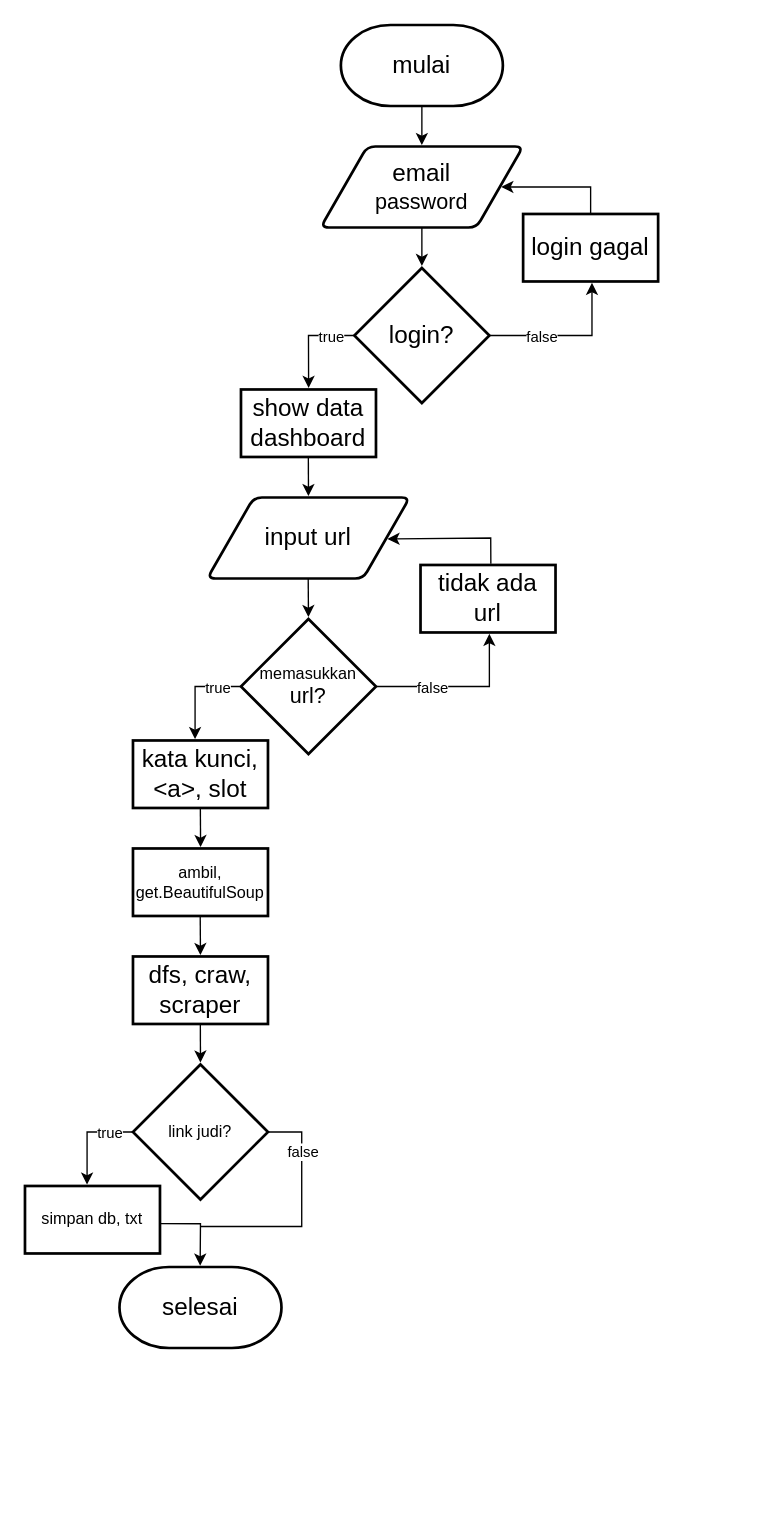
Above: page "Halaman-5" (5 of 6) of Diagram Tanpa Judul.drawio in CyberFullStackDeveloperArr/coba (draw.io), before the change. Source tidied: cells renumbered, new cells numbered last; positions are measured from the earlier drawing's top-left corner, leaving out a move shared by most shapes. Both pictures are drawn from the tidied source at 135%, with x=0, y=0 at pixel (24, 24).
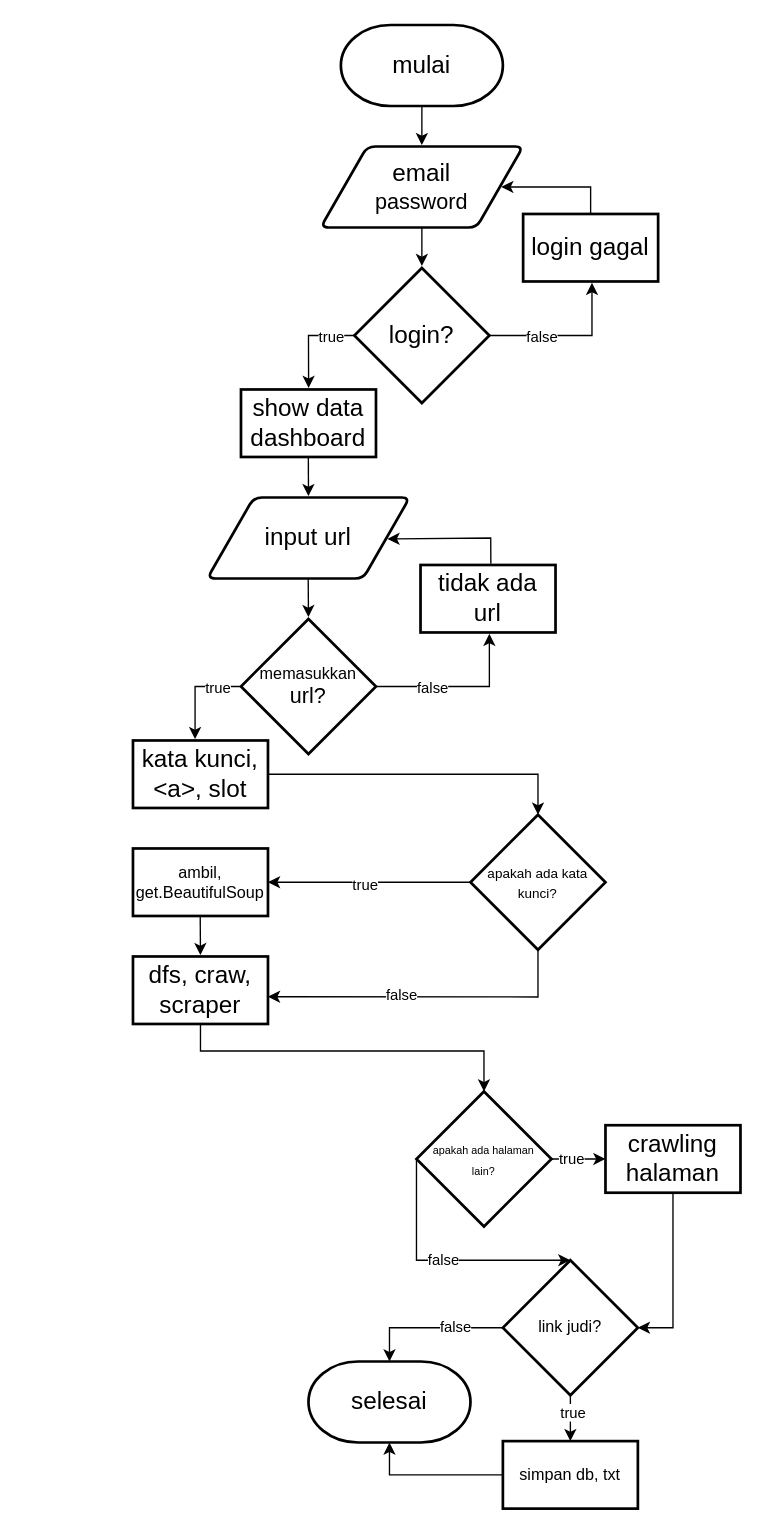
After the change.

Unchanged cells that the change refers to:
```xml
<mxCell id="24" value="&lt;span style=&quot;font-size: 18px;&quot;&gt;kata kunci, &amp;lt;a&amp;gt;, slot&lt;/span&gt;" style="rounded=0;whiteSpace=wrap;html=1;absoluteArcSize=1;arcSize=14;strokeWidth=2;" parent="1" vertex="1">
  <mxGeometry x="80" y="530" width="100" height="50" as="geometry" />
</mxCell>
<mxCell id="26" value="&lt;span style=&quot;font-size: 18px;&quot;&gt;dfs, craw, scraper&lt;/span&gt;" style="rounded=0;whiteSpace=wrap;html=1;absoluteArcSize=1;arcSize=14;strokeWidth=2;" parent="1" vertex="1">
  <mxGeometry x="80" y="690" width="100" height="50" as="geometry" />
</mxCell>
<mxCell id="28" value="&lt;font style=&quot;font-size: 12px;&quot;&gt;ambil, get.BeautifulSoup&lt;/font&gt;" style="rounded=0;whiteSpace=wrap;html=1;absoluteArcSize=1;arcSize=14;strokeWidth=2;" parent="1" vertex="1">
  <mxGeometry x="80" y="610" width="100" height="50" as="geometry" />
</mxCell>
```

The edit, as a diff of the source:
```diff
@@
-    <mxCell id="25" style="endArrow=classic;html=1;rounded=0;exitX=0.5;exitY=1;exitDx=0;exitDy=0;exitPerimeter=0;entryX=0.5;entryY=-0.014;entryDx=0;entryDy=0;entryPerimeter=0;" parent="1" edge="1">
-      <mxGeometry relative="1" as="geometry">
-        <mxPoint x="129.9" y="580" as="sourcePoint" />
-        <mxPoint x="130.1" y="609" as="targetPoint" />
-      </mxGeometry>
-    </mxCell>
@@
-    <mxCell id="29" style="endArrow=classic;html=1;rounded=0;exitX=0.5;exitY=1;exitDx=0;exitDy=0;exitPerimeter=0;entryX=0.5;entryY=-0.014;entryDx=0;entryDy=0;entryPerimeter=0;" parent="1" edge="1" target="30">
-      <mxGeometry relative="1" as="geometry">
-        <mxPoint x="129.9" y="740" as="sourcePoint" />
-      </mxGeometry>
-    </mxCell>
     <mxCell id="30" value="link judi?" style="strokeWidth=2;html=1;shape=mxgraph.flowchart.decision;whiteSpace=wrap;" parent="1" vertex="1">
-      <mxGeometry x="80" y="770" width="100" height="100" as="geometry" />
+      <mxGeometry x="354" y="915" width="100" height="100" as="geometry" />
     </mxCell>
-    <mxCell id="31" style="endArrow=classic;html=1;rounded=0;exitX=0;exitY=0.5;exitDx=0;exitDy=0;exitPerimeter=0;entryX=0.501;entryY=-0.021;entryDx=0;entryDy=0;entryPerimeter=0;" parent="1" edge="1">
-      <mxGeometry relative="1" as="geometry">
-        <mxPoint x="80" y="820" as="sourcePoint" />
-        <mxPoint x="46" y="859" as="targetPoint" />
-        <Array as="points">
-          <mxPoint x="46" y="820" />
-        </Array>
-      </mxGeometry>
-    </mxCell>
-    <mxCell id="32" value="true" style="edgeLabel;html=1;align=center;verticalAlign=middle;" parent="31" vertex="1">
-      <mxGeometry x="-0.51" relative="1" as="geometry" />
-    </mxCell>
     <mxCell id="33" value="simpan db, txt" style="rounded=0;whiteSpace=wrap;html=1;absoluteArcSize=1;arcSize=14;strokeWidth=2;" parent="1" vertex="1">
-      <mxGeometry y="860" width="100" height="50" as="geometry" />
+      <mxGeometry x="354" y="1049" width="100" height="50" as="geometry" />
     </mxCell>
     <mxCell id="34" value="&lt;span style=&quot;font-size: 18px;&quot;&gt;selesai&lt;/span&gt;" style="strokeWidth=2;html=1;shape=mxgraph.flowchart.terminator;whiteSpace=wrap;" parent="1" vertex="1">
-      <mxGeometry x="70" y="920" width="120" height="60" as="geometry" />
+      <mxGeometry x="210" y="990" width="120" height="60" as="geometry" />
     </mxCell>
+    <mxCell id="38" style="endArrow=classic;html=1;rounded=0;exitX=1;exitY=0.5;exitDx=0;exitDy=0;entryX=0.5;entryY=0;entryDx=0;entryDy=0;entryPerimeter=0;" parent="1" edge="1" source="24" target="39">
+      <mxGeometry relative="1" as="geometry">
+        <Array as="points">
+          <mxPoint x="380" y="555" />
+        </Array>
+      </mxGeometry>
+    </mxCell>
+    <mxCell id="39" value="&lt;font style=&quot;font-size: 10px;&quot;&gt;apakah ada kata kunci?&lt;/font&gt;" style="strokeWidth=2;html=1;shape=mxgraph.flowchart.decision;whiteSpace=wrap;" parent="1" vertex="1">
+      <mxGeometry x="330" y="585" width="100" height="100" as="geometry" />
+    </mxCell>
+    <mxCell id="40" style="endArrow=classic;html=1;rounded=0;exitX=0;exitY=0.5;exitDx=0;exitDy=0;exitPerimeter=0;entryX=1;entryY=0.5;entryDx=0;entryDy=0;" parent="1" edge="1" source="39" target="28">
+      <mxGeometry relative="1" as="geometry" />
+    </mxCell>
+    <mxCell id="41" value="true" style="edgeLabel;html=1;align=center;verticalAlign=middle;" parent="40" vertex="1">
+      <mxGeometry x="0.05" y="1" relative="1" as="geometry" />
+    </mxCell>
+    <mxCell id="42" style="endArrow=classic;html=1;rounded=0;exitX=0.5;exitY=1;exitDx=0;exitDy=0;exitPerimeter=0;entryX=1;entryY=0.596;entryDx=0;entryDy=0;entryPerimeter=0;" parent="1" edge="1" source="39" target="26">
+      <mxGeometry relative="1" as="geometry">
+        <Array as="points">
+          <mxPoint x="380" y="720" />
+        </Array>
+      </mxGeometry>
+    </mxCell>
+    <mxCell id="43" value="false" style="edgeLabel;html=1;align=center;verticalAlign=middle;" parent="42" vertex="1">
+      <mxGeometry x="0.17" y="-1" relative="1" as="geometry" />
+    </mxCell>
+    <mxCell id="44" style="endArrow=classic;html=1;rounded=0;exitX=0.5;exitY=1;exitDx=0;exitDy=0;entryX=0.5;entryY=0;entryDx=0;entryDy=0;entryPerimeter=0;" parent="1" edge="1" source="26" target="45">
+      <mxGeometry relative="1" as="geometry">
+        <Array as="points">
+          <mxPoint x="130" y="760" />
+          <mxPoint x="340" y="760" />
+        </Array>
+      </mxGeometry>
+    </mxCell>
+    <mxCell id="45" value="&lt;font style=&quot;font-size: 8px;&quot;&gt;apakah ada halaman&lt;br&gt;lain?&lt;/font&gt;" style="strokeWidth=2;html=1;shape=mxgraph.flowchart.decision;whiteSpace=wrap;" parent="1" vertex="1">
+      <mxGeometry x="290" y="790" width="100" height="100" as="geometry" />
+    </mxCell>
+    <mxCell id="46" style="endArrow=classic;html=1;rounded=0;exitX=1;exitY=0.5;exitDx=0;exitDy=0;exitPerimeter=0;entryX=0;entryY=0.5;entryDx=0;entryDy=0;" parent="1" edge="1" source="45" target="48">
+      <mxGeometry relative="1" as="geometry" />
+    </mxCell>
+    <mxCell id="47" value="true" style="edgeLabel;html=1;align=center;verticalAlign=middle;" parent="46" vertex="1">
+      <mxGeometry x="-0.28" y="1" relative="1" as="geometry" />
+    </mxCell>
+    <mxCell id="48" value="&lt;span style=&quot;font-size: 18px;&quot;&gt;crawling halaman&lt;/span&gt;" style="rounded=0;whiteSpace=wrap;html=1;absoluteArcSize=1;arcSize=14;strokeWidth=2;" parent="1" vertex="1">
+      <mxGeometry x="430" y="815" width="100" height="50" as="geometry" />
+    </mxCell>
+    <mxCell id="49" style="endArrow=classic;html=1;rounded=0;exitX=0;exitY=0.5;exitDx=0;exitDy=0;exitPerimeter=0;entryX=0.5;entryY=0;entryDx=0;entryDy=0;entryPerimeter=0;" parent="1" edge="1" source="45" target="30">
+      <mxGeometry relative="1" as="geometry">
+        <Array as="points">
+          <mxPoint x="290" y="915" />
+        </Array>
+      </mxGeometry>
+    </mxCell>
+    <mxCell id="50" value="false" style="edgeLabel;html=1;align=center;verticalAlign=middle;" parent="49" vertex="1">
+      <mxGeometry x="-0.01" y="1" relative="1" as="geometry" />
+    </mxCell>
+    <mxCell id="51" style="endArrow=classic;html=1;rounded=0;exitX=0.5;exitY=1;exitDx=0;exitDy=0;entryX=1;entryY=0.5;entryDx=0;entryDy=0;entryPerimeter=0;" parent="1" edge="1" source="48" target="30">
+      <mxGeometry relative="1" as="geometry">
+        <Array as="points">
+          <mxPoint x="480" y="965" />
+        </Array>
+      </mxGeometry>
+    </mxCell>
+    <mxCell id="52" style="endArrow=classic;html=1;rounded=0;exitX=0.5;exitY=1;exitDx=0;exitDy=0;exitPerimeter=0;entryX=0.5;entryY=0;entryDx=0;entryDy=0;" parent="1" edge="1" source="30" target="33">
+      <mxGeometry relative="1" as="geometry" />
+    </mxCell>
+    <mxCell id="53" value="true" style="edgeLabel;html=1;align=center;verticalAlign=middle;" parent="52" vertex="1">
+      <mxGeometry x="-0.28" y="1" relative="1" as="geometry" />
+    </mxCell>
-    <mxCell id="35" style="endArrow=classic;html=1;rounded=0;exitX=1.003;exitY=0.558;exitDx=0;exitDy=0;exitPerimeter=0;entryX=0.498;entryY=-0.016;entryDx=0;entryDy=0;entryPerimeter=0;" parent="1" edge="1" source="33" target="34">
+    <mxCell id="35" style="endArrow=classic;html=1;rounded=0;exitX=0;exitY=0.5;exitDx=0;exitDy=0;entryX=0.5;entryY=1;entryDx=0;entryDy=0;entryPerimeter=0;" parent="1" edge="1" source="33" target="34">
       <mxGeometry relative="1" as="geometry">
         <Array as="points">
-          <mxPoint x="130" y="888" />
+          <mxPoint x="270" y="1074" />
         </Array>
       </mxGeometry>
     </mxCell>
-    <mxCell id="36" style="endArrow=none;html=1;rounded=0;exitX=1;exitY=0.5;exitDx=0;exitDy=0;exitPerimeter=0;" parent="1" edge="1" source="30">
-      <mxGeometry relative="1" as="geometry">
-        <mxPoint x="130" y="890" as="targetPoint" />
-        <Array as="points">
-          <mxPoint x="205" y="820" />
-          <mxPoint x="205" y="890" />
-        </Array>
-      </mxGeometry>
-    </mxCell>
-    <mxCell id="37" value="false" style="edgeLabel;html=1;align=center;verticalAlign=middle;" parent="36" vertex="1">
-      <mxGeometry x="-0.54" relative="1" as="geometry" />
-    </mxCell>
+    <mxCell id="54" style="endArrow=classic;html=1;rounded=0;exitX=0;exitY=0.5;exitDx=0;exitDy=0;exitPerimeter=0;entryX=0.5;entryY=0;entryDx=0;entryDy=0;entryPerimeter=0;" parent="1" edge="1" source="30" target="34">
+      <mxGeometry relative="1" as="geometry">
+        <Array as="points">
+          <mxPoint x="270" y="965" />
+        </Array>
+      </mxGeometry>
+    </mxCell>
+    <mxCell id="55" value="false" style="edgeLabel;html=1;align=center;verticalAlign=middle;" parent="54" vertex="1">
+      <mxGeometry x="-0.34" y="-1" relative="1" as="geometry" />
+    </mxCell>
```
